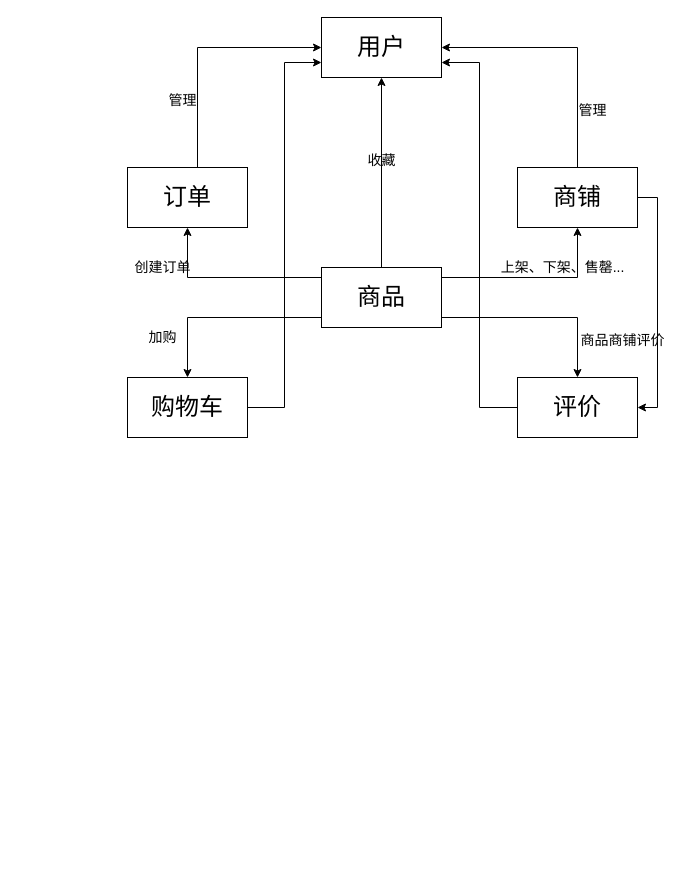
Earlier version of the draw.io diagram 开发文档/项目整体框架图.drawio (OrangePower03/cq_hxc). Source tidied: cells renumbered, new cells numbered last; positions are measured from the earlier drawing's top-left corner, leaving out a move shared by most shapes. Both pictures are drawn from the tidied source at 100%, with x=0, y=0 at pixel (122, 17).
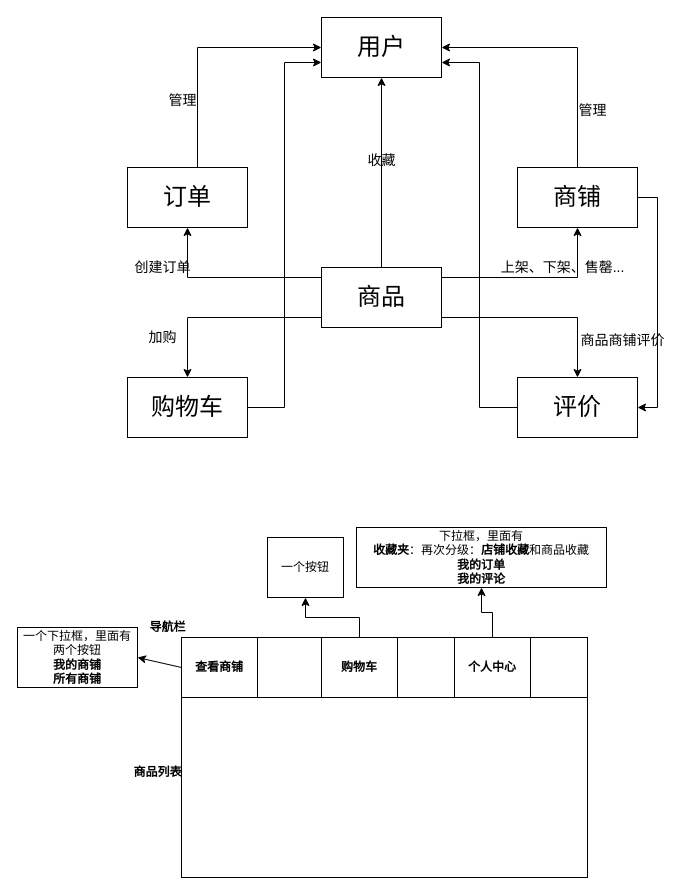
The same diagram, later.

Diff of the diagram source:
```diff
@@
+    <mxCell id="25" style="rounded=0;whiteSpace=wrap;html=1;" parent="1" vertex="1">
+      <mxGeometry x="59" y="620" width="406" height="240" as="geometry" />
+    </mxCell>
+    <mxCell id="26" style="rounded=0;whiteSpace=wrap;html=1;" parent="1" vertex="1">
+      <mxGeometry x="59" y="620" width="406" height="60" as="geometry" />
+    </mxCell>
+    <mxCell id="27" value="&lt;b&gt;导航栏&lt;/b&gt;" style="text;html=1;align=center;verticalAlign=middle;strokeColor=none;fillColor=none;" parent="1" vertex="1">
+      <mxGeometry x="15" y="595" width="60" height="30" as="geometry" />
+    </mxCell>
+    <mxCell id="28" value="&lt;b&gt;商品列表&lt;/b&gt;" style="text;html=1;align=center;verticalAlign=middle;strokeColor=none;fillColor=none;" parent="1" vertex="1">
+      <mxGeometry y="740" width="70" height="30" as="geometry" />
+    </mxCell>
+    <mxCell id="29" value="&lt;b&gt;查看商铺&lt;/b&gt;" style="rounded=0;whiteSpace=wrap;html=1;" parent="1" vertex="1">
+      <mxGeometry x="59" y="620" width="76" height="60" as="geometry" />
+    </mxCell>
+    <mxCell id="30" style="endArrow=classic;html=1;rounded=0;exitX=0;exitY=0.5;exitDx=0;exitDy=0;entryX=1;entryY=0.5;entryDx=0;entryDy=0;" parent="1" edge="1" source="29" target="31">
+      <mxGeometry relative="1" as="geometry" />
+    </mxCell>
+    <mxCell id="31" value="一个下拉框，里面有两个按钮&lt;br&gt;&lt;b&gt;我的商铺&lt;/b&gt;&lt;br&gt;&lt;b&gt;所有商铺&lt;/b&gt;" style="whiteSpace=wrap;html=1;" parent="1" vertex="1">
+      <mxGeometry x="-105" y="610" width="120" height="60" as="geometry" />
+    </mxCell>
+    <mxCell id="32" style="edgeStyle=orthogonalEdgeStyle;rounded=0;jettySize=auto;html=1;" parent="1" edge="1" source="33" target="34">
+      <mxGeometry relative="1" as="geometry" />
+    </mxCell>
+    <mxCell id="33" value="&lt;b&gt;购物车&lt;/b&gt;" style="rounded=0;whiteSpace=wrap;html=1;" parent="1" vertex="1">
+      <mxGeometry x="199" y="620" width="76" height="60" as="geometry" />
+    </mxCell>
+    <mxCell id="34" value="一个按钮" style="rounded=0;whiteSpace=wrap;html=1;" parent="1" vertex="1">
+      <mxGeometry x="145" y="520" width="76" height="60" as="geometry" />
+    </mxCell>
+    <mxCell id="35" style="edgeStyle=orthogonalEdgeStyle;rounded=0;jettySize=auto;html=1;" parent="1" edge="1" source="36" target="37">
+      <mxGeometry relative="1" as="geometry" />
+    </mxCell>
+    <mxCell id="36" value="&lt;b&gt;个人中心&lt;/b&gt;" style="rounded=0;whiteSpace=wrap;html=1;" parent="1" vertex="1">
+      <mxGeometry x="332" y="620" width="76" height="60" as="geometry" />
+    </mxCell>
+    <mxCell id="37" value="下拉框，里面有&lt;br&gt;&lt;b&gt;收藏夹&lt;/b&gt;：再次分级：&lt;b&gt;店铺收藏&lt;/b&gt;和商品收藏&lt;br&gt;&lt;b&gt;我的订单&lt;/b&gt;&lt;br&gt;&lt;b&gt;我的评论&lt;/b&gt;" style="rounded=0;whiteSpace=wrap;html=1;" parent="1" vertex="1">
+      <mxGeometry x="234" y="510" width="250" height="60" as="geometry" />
+    </mxCell>
```
